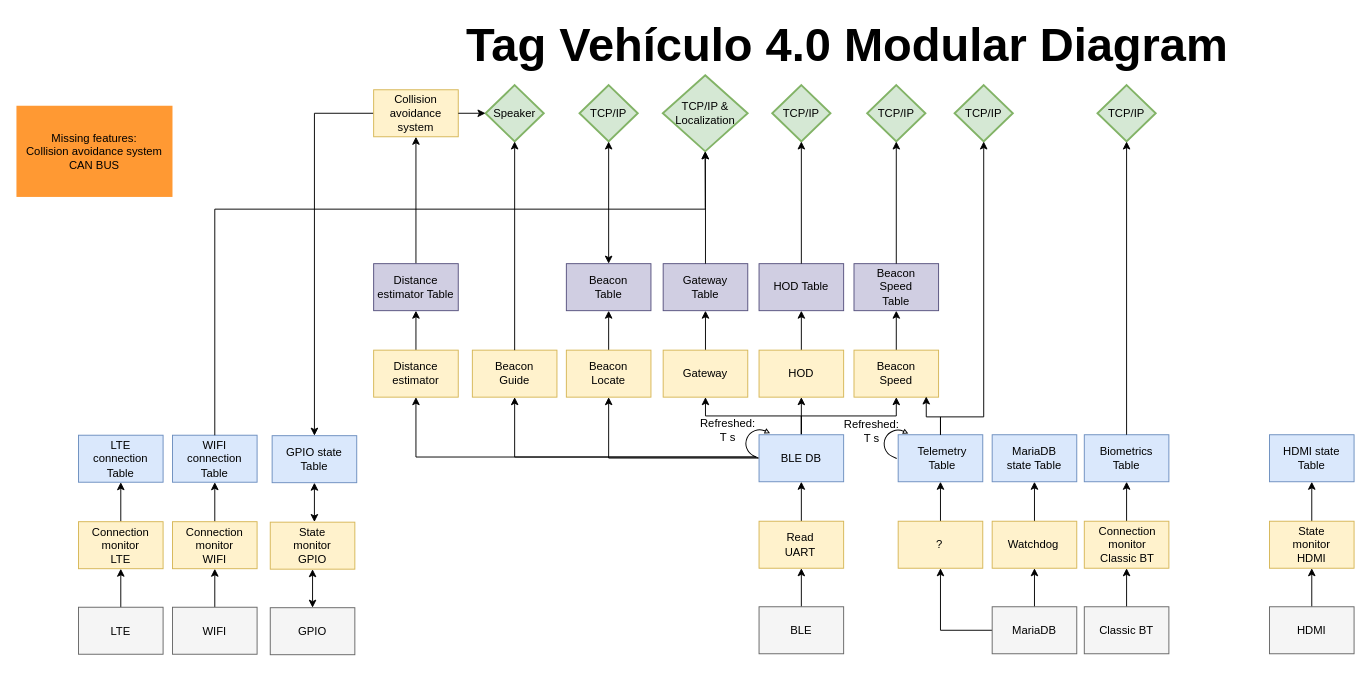
Earlier version of the draw.io diagram Diagrama modular de Tag Vehiculo 4_0.drawio (CesarRodriguez14/Tag_Vehiculo_4_0_Diagramas). Source tidied: cells renumbered, new cells numbered last; positions are measured from the earlier drawing's top-left corner, leaving out a move shared by most shapes. Both pictures are drawn from the tidied source at 94%, with x=0, y=0 at pixel (16, 21).
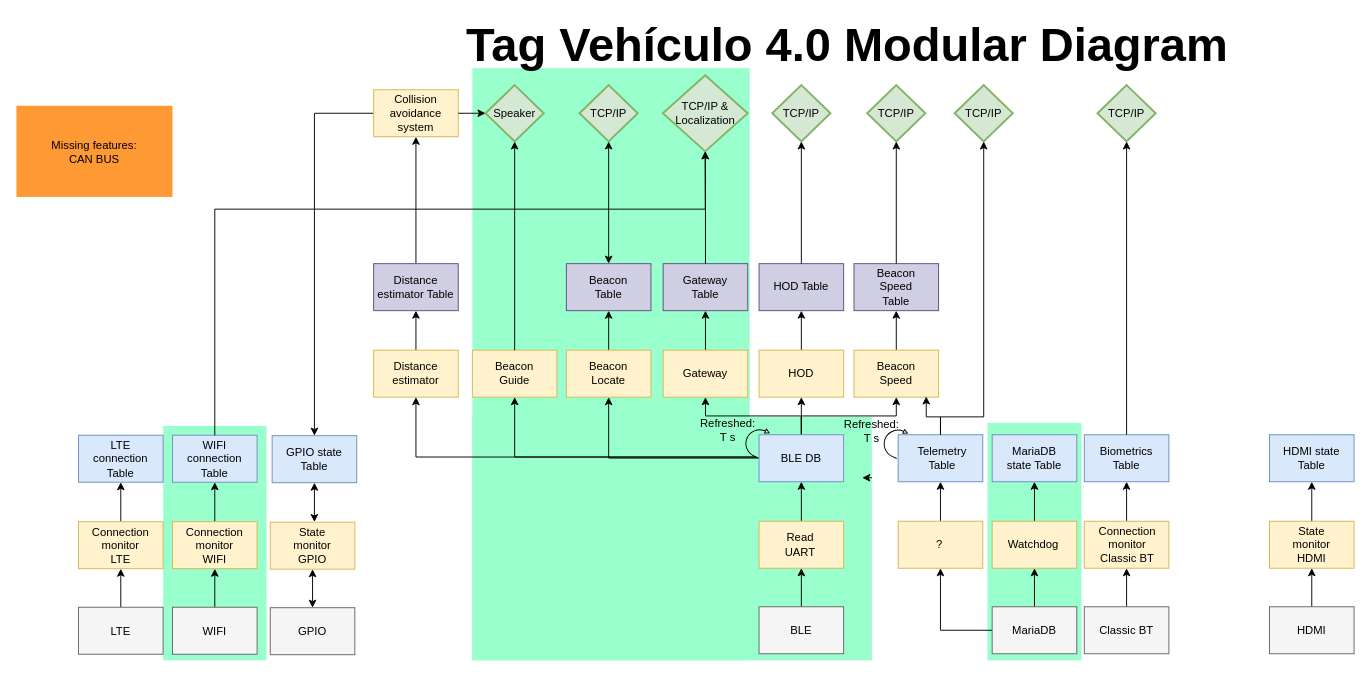
The same page after the edit.

Change to the diagram source:
```diff
@@
+    <mxCell id="121" style="rounded=0;whiteSpace=wrap;html=1;fillColor=#99FFCC;strokeColor=none;" parent="1" vertex="1">
+      <mxGeometry x="1033" y="427.5" width="100" height="252.5" as="geometry" />
+    </mxCell>
+    <mxCell id="122" style="rounded=0;whiteSpace=wrap;html=1;fillColor=#99FFCC;strokeColor=none;" parent="1" vertex="1">
+      <mxGeometry x="156" y="430.6" width="110" height="249.4" as="geometry" />
+    </mxCell>
+    <mxCell id="123" style="rounded=0;whiteSpace=wrap;html=1;fillColor=#99FFCC;strokeColor=none;" parent="1" vertex="1">
+      <mxGeometry x="485" y="421" width="425" height="259" as="geometry" />
+    </mxCell>
+    <mxCell id="124" style="rounded=0;whiteSpace=wrap;html=1;fillColor=#99FFCC;strokeColor=none;" parent="1" vertex="1">
+      <mxGeometry x="485" y="50" width="295" height="630" as="geometry" />
+    </mxCell>
@@
-    <mxCell id="112" value="Missing features:&lt;div&gt;Collision avoidance system&lt;/div&gt;&lt;div&gt;CAN BUS&lt;/div&gt;" style="text;html=1;align=center;verticalAlign=middle;whiteSpace=wrap;rounded=0;fillColor=#FF9933;" parent="1" vertex="1">
+    <mxCell id="112" value="Missing features:&lt;div&gt;&lt;span style=&quot;background-color: initial;&quot;&gt;CAN BUS&lt;/span&gt;&lt;/div&gt;" style="text;html=1;align=center;verticalAlign=middle;whiteSpace=wrap;rounded=0;fillColor=#FF9933;" parent="1" vertex="1">
       <mxGeometry y="90" width="166" height="97" as="geometry" />
     </mxCell>
@@
+    <mxCell id="125" style="edgeStyle=orthogonalEdgeStyle;rounded=0;orthogonalLoop=1;jettySize=auto;html=1;exitX=1;exitY=0.25;exitDx=0;exitDy=0;entryX=0.976;entryY=0.252;entryDx=0;entryDy=0;entryPerimeter=0;" parent="1" edge="1" source="123" target="123">
+      <mxGeometry relative="1" as="geometry" />
+    </mxCell>
```
